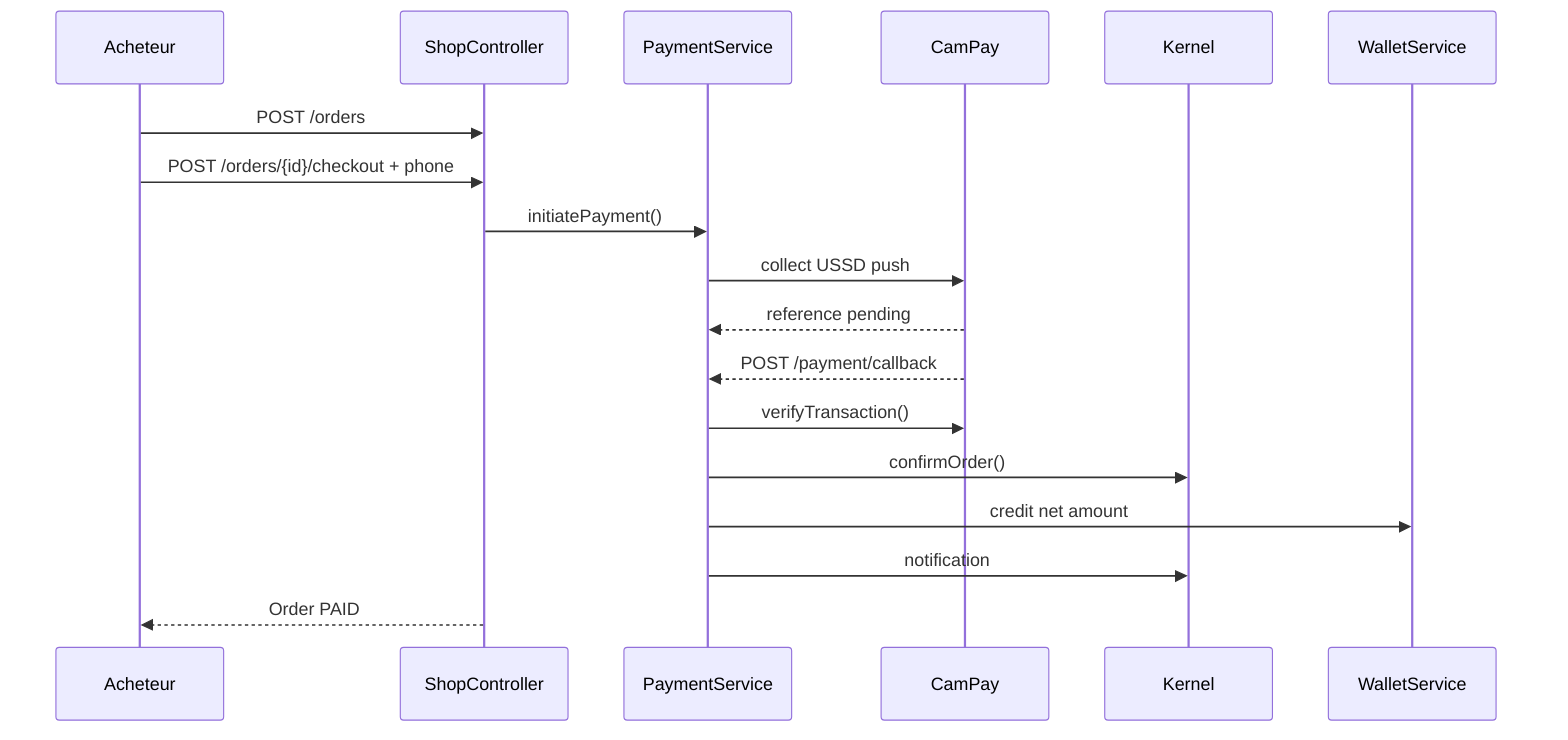
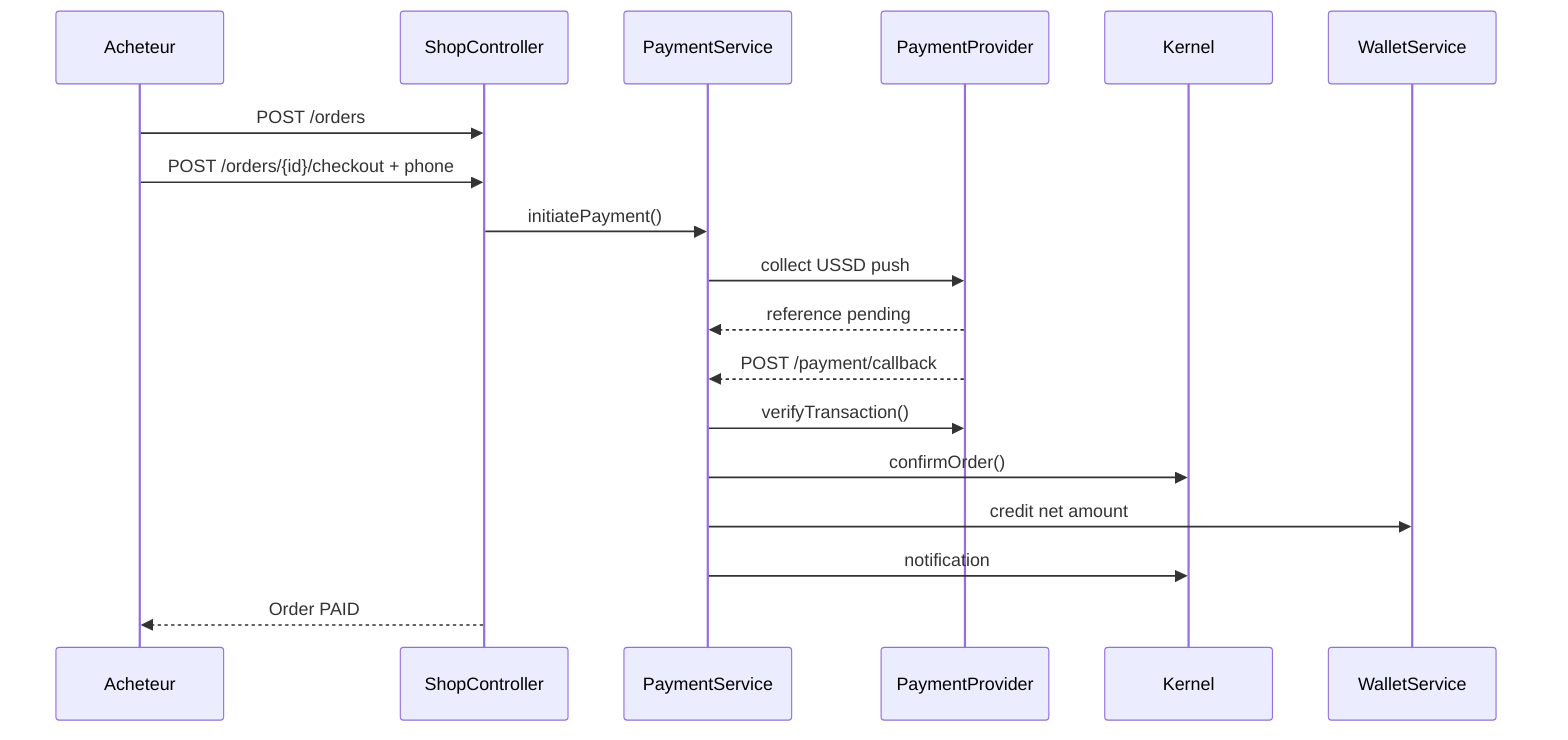
sequenceDiagram
    participant B as Acheteur
    participant SC as ShopController
    participant PS as PaymentService
-     participant CP as CamPay
+     participant CP as PaymentProvider
    participant K as Kernel
    participant W as WalletService

    B->>SC: POST /orders
    B->>SC: POST /orders/{id}/checkout + phone
    SC->>PS: initiatePayment()
    PS->>CP: collect USSD push
    CP-->>PS: reference pending
    CP-->>PS: POST /payment/callback
    PS->>CP: verifyTransaction()
    PS->>K: confirmOrder()
    PS->>W: credit net amount
    PS->>K: notification
    SC-->>B: Order PAID
